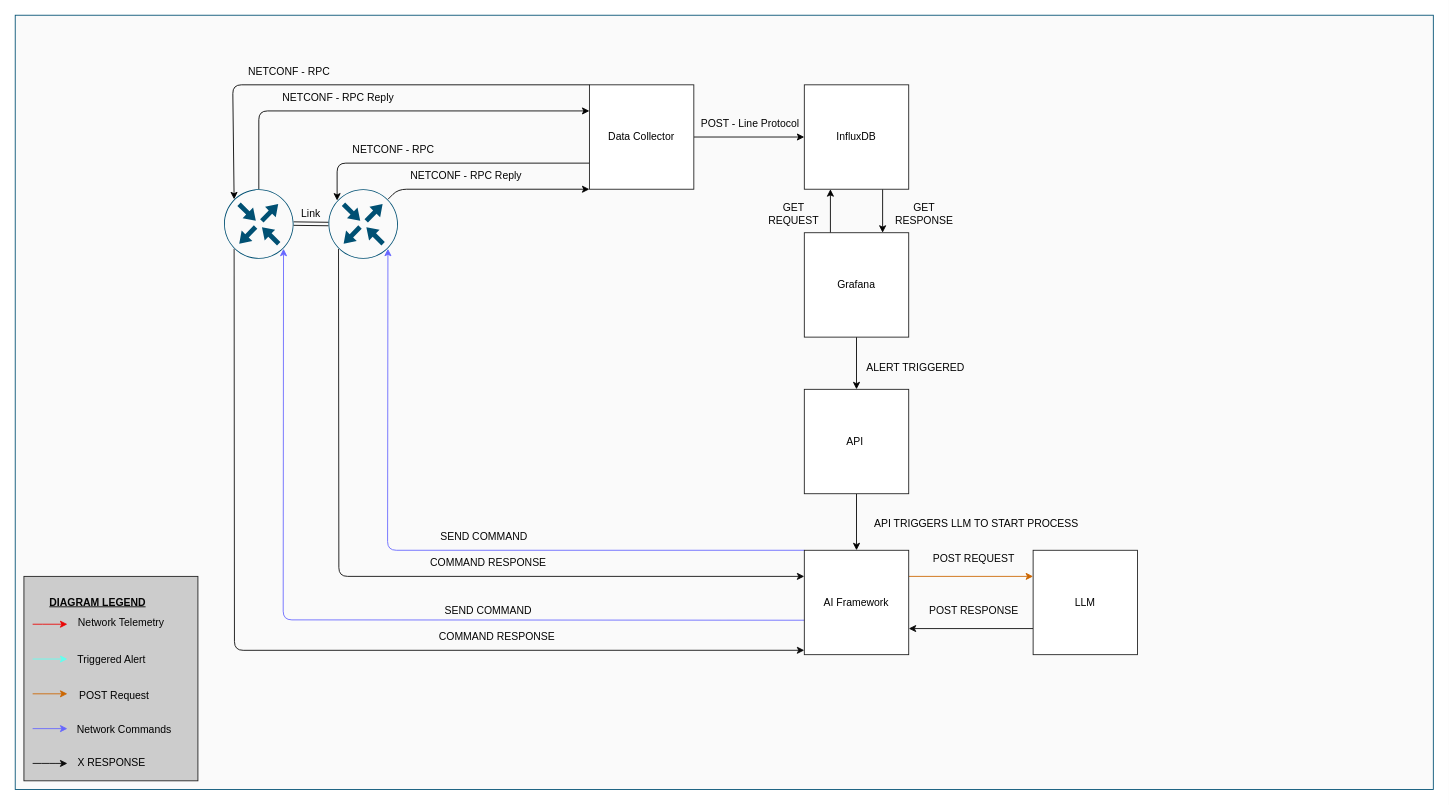
cianfi/university_fyp keeps this draw.io diagram as documents/architecture.drawio. Above is the earlier version. Source tidied: cells renumbered, new cells numbered last; positions are measured from the earlier drawing's top-left corner, leaving out a move shared by most shapes. Both pictures are drawn from the tidied source at 87%, with x=0, y=0 at pixel (15, 15).
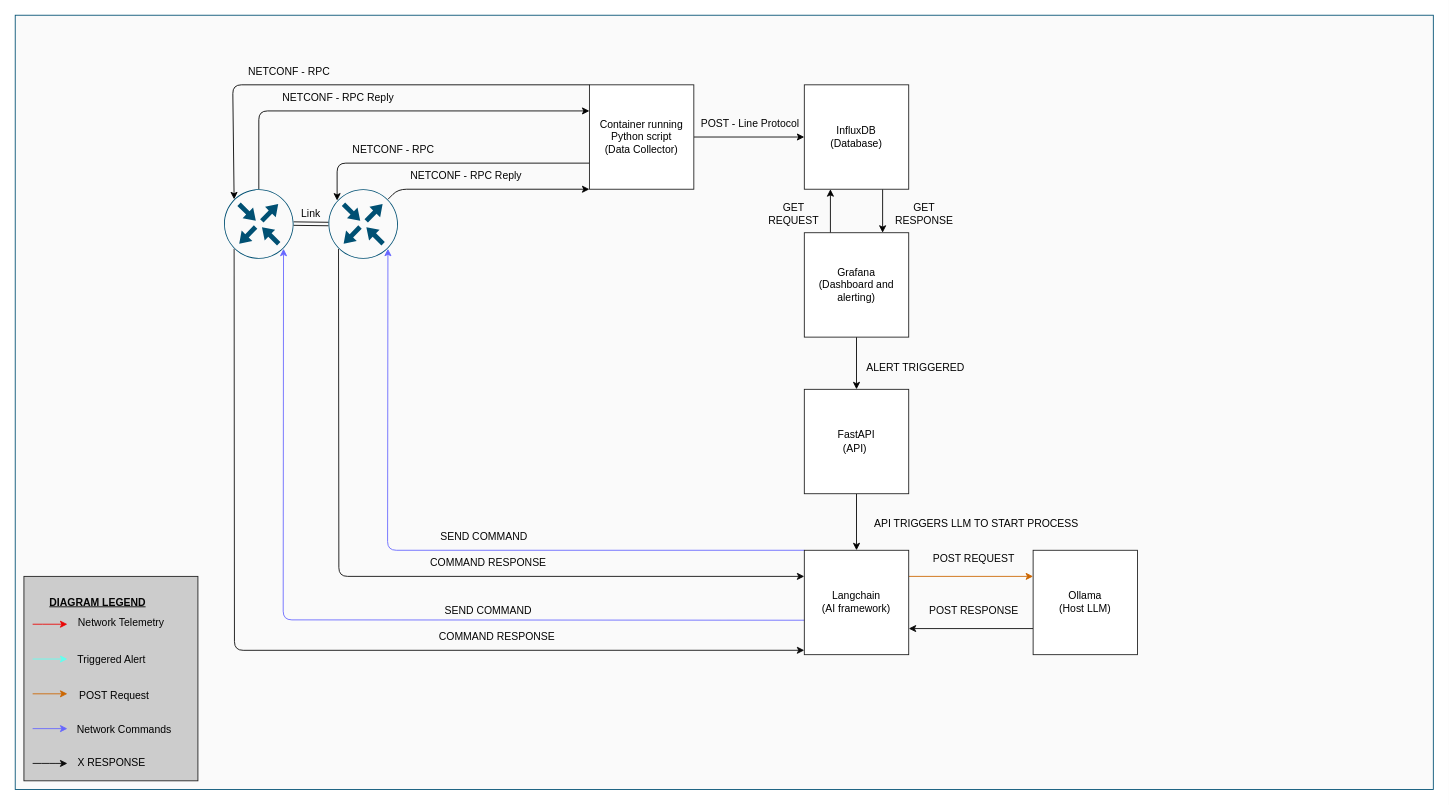
Above is the later version.

What changed in the source:
```diff
@@
-    <mxCell id="13" value="AI &lt;font color=&quot;#000000&quot;&gt;Framework&lt;/font&gt;" style="whiteSpace=wrap;html=1;strokeColor=#1F1F1F;fillColor=#FFFFFF;" parent="1" vertex="1">
+    <mxCell id="13" value="Langchain&lt;div&gt;(AI framework)&lt;/div&gt;" style="whiteSpace=wrap;html=1;strokeColor=#1F1F1F;fillColor=#FFFFFF;" parent="1" vertex="1">
       <mxGeometry x="907" y="615" width="120" height="120" as="geometry" />
     </mxCell>
@@
-    <mxCell id="15" value="&lt;font color=&quot;#000000&quot;&gt;LLM&lt;/font&gt;" style="whiteSpace=wrap;html=1;strokeColor=#1F1F1F;fillColor=#FFFFFF;" parent="1" vertex="1">
+    <mxCell id="15" value="&lt;font color=&quot;#000000&quot;&gt;Ollama&lt;/font&gt;&lt;div&gt;&lt;font color=&quot;#000000&quot;&gt;(Host LLM)&lt;/font&gt;&lt;/div&gt;" style="whiteSpace=wrap;html=1;strokeColor=#1F1F1F;fillColor=#FFFFFF;" parent="1" vertex="1">
       <mxGeometry x="1170" y="615" width="120" height="120" as="geometry" />
     </mxCell>
@@
-    <mxCell id="35" value="Data Collector" style="whiteSpace=wrap;html=1;strokeColor=#1F1F1F;fillColor=#FFFFFF;" parent="1" vertex="1">
+    <mxCell id="35" value="&lt;div&gt;Container running Python script&lt;/div&gt;(Data Collector)" style="whiteSpace=wrap;html=1;strokeColor=#1F1F1F;fillColor=#FFFFFF;" parent="1" vertex="1">
       <mxGeometry x="660" y="80" width="120" height="120" as="geometry" />
     </mxCell>
@@
-    <mxCell id="42" value="InfluxDB" style="whiteSpace=wrap;html=1;strokeColor=#1F1F1F;fillColor=#FFFFFF;" parent="1" vertex="1">
+    <mxCell id="42" value="InfluxDB&lt;div&gt;(Database)&lt;/div&gt;" style="whiteSpace=wrap;html=1;strokeColor=#1F1F1F;fillColor=#FFFFFF;" parent="1" vertex="1">
       <mxGeometry x="907" y="80" width="120" height="120" as="geometry" />
     </mxCell>
@@
-    <mxCell id="47" value="API&amp;nbsp;" style="whiteSpace=wrap;html=1;strokeColor=#1F1F1F;fillColor=#FFFFFF;" parent="1" vertex="1">
+    <mxCell id="47" value="FastAPI&lt;div&gt;(API)&amp;nbsp;&lt;/div&gt;" style="whiteSpace=wrap;html=1;strokeColor=#1F1F1F;fillColor=#FFFFFF;" parent="1" vertex="1">
       <mxGeometry x="907" y="430" width="120" height="120" as="geometry" />
     </mxCell>
@@
-    <mxCell id="50" value="Grafana" style="whiteSpace=wrap;html=1;strokeColor=#1F1F1F;fillColor=#FFFFFF;" parent="1" vertex="1">
+    <mxCell id="50" value="Grafana&lt;div&gt;(Dashboard and alerting)&lt;/div&gt;" style="whiteSpace=wrap;html=1;strokeColor=#1F1F1F;fillColor=#FFFFFF;" parent="1" vertex="1">
       <mxGeometry x="907" y="250" width="120" height="120" as="geometry" />
     </mxCell>
```
